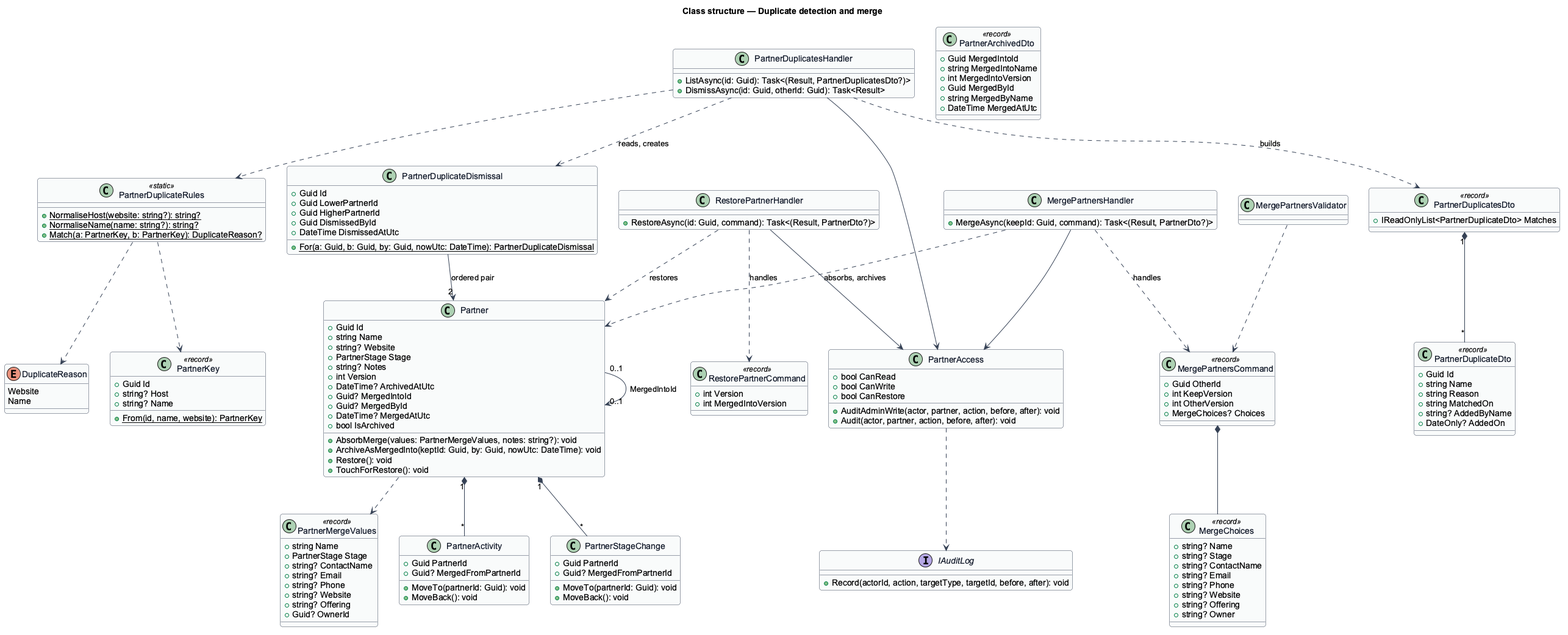
Earlier version of the PlantUML export docs/detailed-designs/partners/duplicate-detection-and-merge/diagrams/class-structure.png (QuinntyneBrown/faithtech-community).
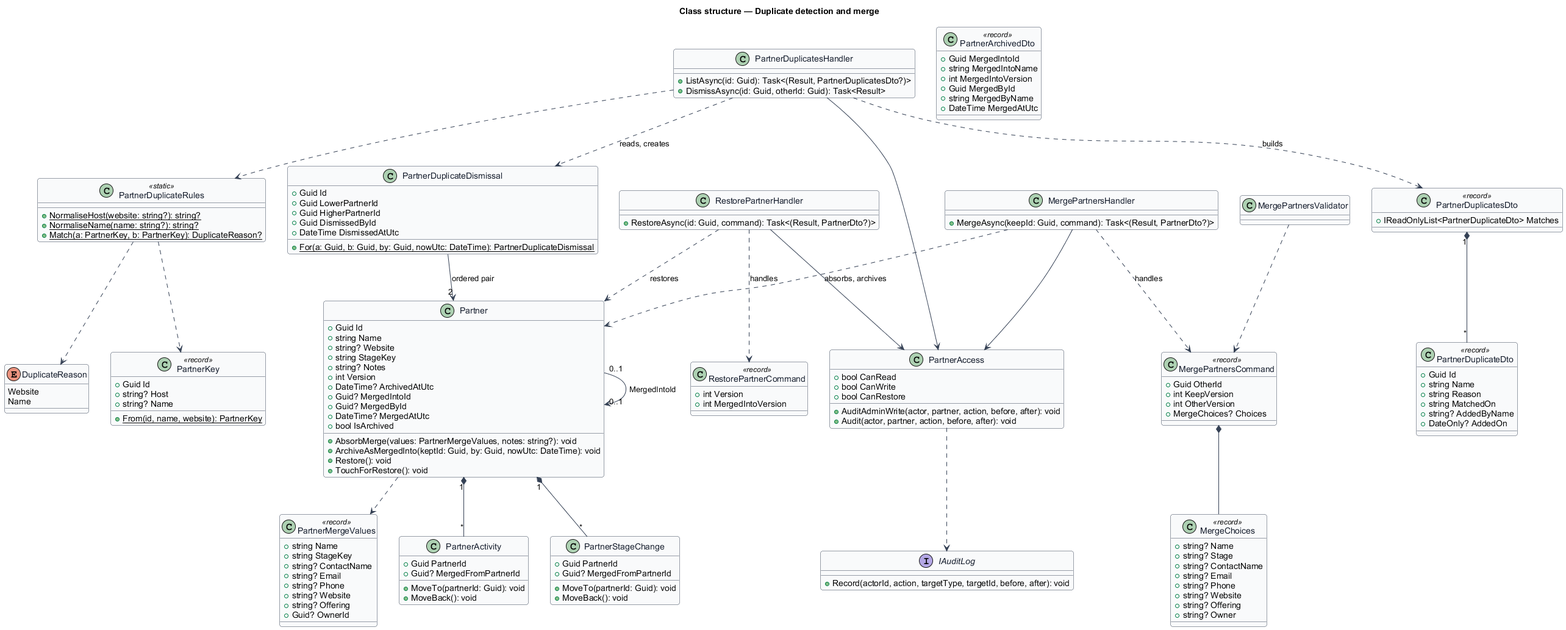
Later version of the same file.

What changed in the source:
```diff
@@ -14,7 +14,7 @@
   +Guid Id
   +string Name
   +string? Website
-  +PartnerStage Stage
+  +string StageKey
   +string? Notes
   +int Version
   +DateTime? ArchivedAtUtc
@@ -29,7 +29,7 @@
 }
 class PartnerMergeValues <<record>> {
   +string Name
-  +PartnerStage Stage
+  +string StageKey
   +string? ContactName
   +string? Email
   +string? Phone
```
